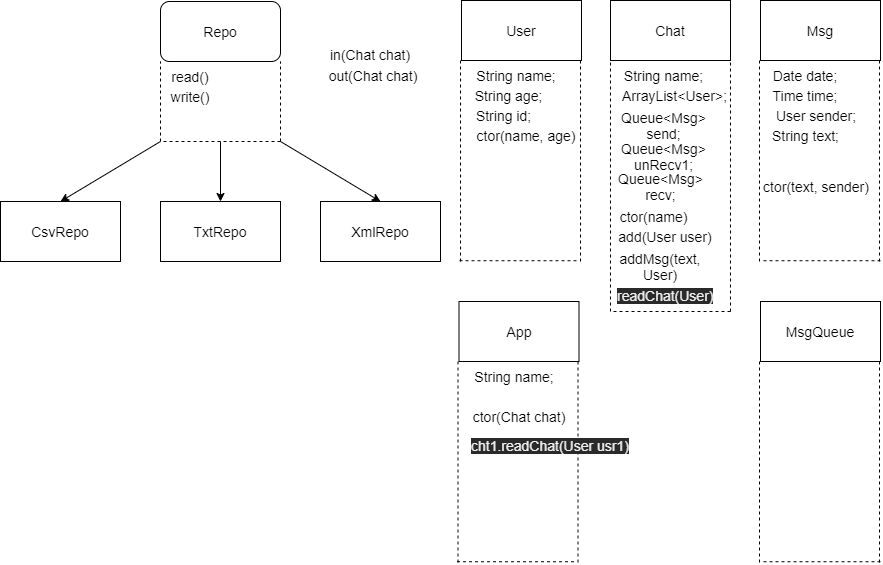
MikhailYuzhakov/OOP keeps this draw.io diagram as Messenger/logic.drawio.png. Above is the earlier version. Source tidied: cells renumbered, new cells last; positions are measured from the earlier drawing's top-left corner, leaving out a move shared by most shapes.
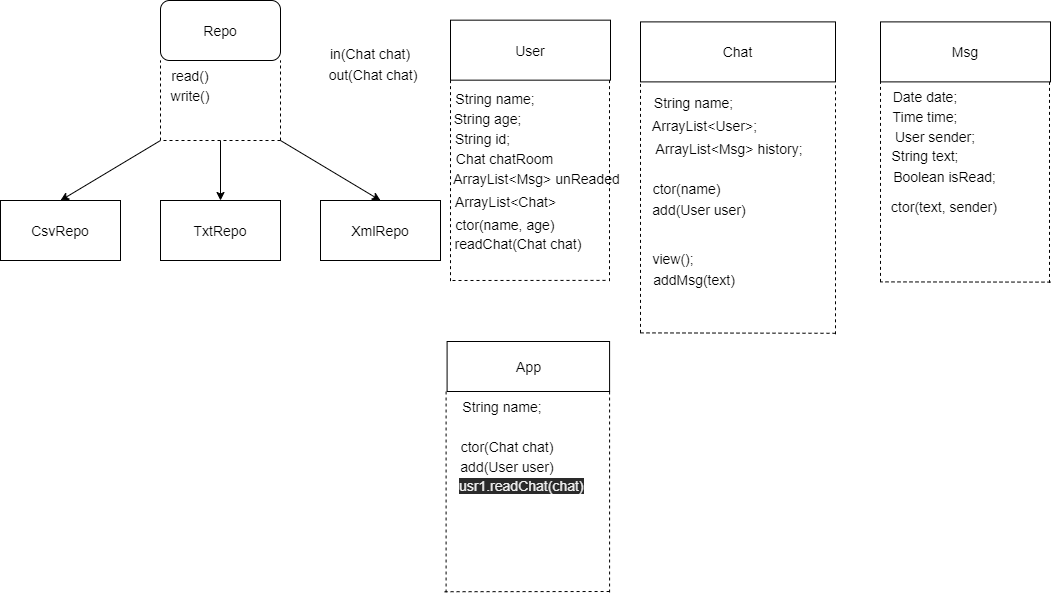
After the change.

Change to the diagram source:
```diff
@@ -3,16 +3,16 @@
     <mxCell id="0" />
     <mxCell id="1" parent="0" />
     <mxCell id="2" value="CsvRepo" style="rounded=0;whiteSpace=wrap;html=1;fontSize=14;" parent="1" vertex="1">
-      <mxGeometry y="201" width="120" height="60" as="geometry" />
+      <mxGeometry x="-200" y="200" width="120" height="60" as="geometry" />
     </mxCell>
     <mxCell id="3" value="TxtRepo" style="rounded=0;whiteSpace=wrap;html=1;fontSize=14;" parent="1" vertex="1">
-      <mxGeometry x="160" y="201" width="120" height="60" as="geometry" />
+      <mxGeometry x="-40" y="200" width="120" height="60" as="geometry" />
     </mxCell>
     <mxCell id="4" value="XmlRepo" style="rounded=0;whiteSpace=wrap;html=1;fontSize=14;" parent="1" vertex="1">
-      <mxGeometry x="320" y="201" width="120" height="60" as="geometry" />
+      <mxGeometry x="120" y="200" width="120" height="60" as="geometry" />
     </mxCell>
     <mxCell id="5" style="group;" parent="1" vertex="1">
-      <mxGeometry x="160" y="1" width="120" height="140" as="geometry" />
+      <mxGeometry x="-40" width="120" height="140" as="geometry" />
     </mxCell>
     <mxCell id="6" value="Repo" style="rounded=1;whiteSpace=wrap;html=1;fontSize=14;" parent="5" vertex="1">
       <mxGeometry width="120" height="60" as="geometry" />
@@ -41,192 +41,183 @@
     </mxCell>
     <mxCell id="12" style="endArrow=classic;html=1;fontSize=14;entryX=0.5;entryY=0;entryDx=0;entryDy=0;" parent="1" edge="1" target="3">
       <mxGeometry relative="1" as="geometry">
-        <mxPoint x="220" y="141" as="sourcePoint" />
+        <mxPoint x="20" y="140" as="sourcePoint" />
       </mxGeometry>
     </mxCell>
     <mxCell id="13" style="endArrow=classic;html=1;fontSize=14;entryX=0.5;entryY=0;entryDx=0;entryDy=0;" parent="1" edge="1" target="2">
       <mxGeometry relative="1" as="geometry">
-        <mxPoint x="160" y="141" as="sourcePoint" />
+        <mxPoint x="-40" y="140" as="sourcePoint" />
       </mxGeometry>
     </mxCell>
     <mxCell id="14" style="endArrow=classic;html=1;fontSize=14;entryX=0.5;entryY=0;entryDx=0;entryDy=0;" parent="1" edge="1" target="4">
       <mxGeometry relative="1" as="geometry">
-        <mxPoint x="280" y="141" as="sourcePoint" />
+        <mxPoint x="80" y="140" as="sourcePoint" />
       </mxGeometry>
     </mxCell>
     <mxCell id="15" value="User" style="rounded=0;whiteSpace=wrap;html=1;fontSize=14;" parent="1" vertex="1">
-      <mxGeometry x="461" width="120" height="60" as="geometry" />
+      <mxGeometry x="250" y="19.7" width="160" height="60" as="geometry" />
     </mxCell>
     <mxCell id="16" style="endArrow=none;dashed=1;html=1;fontSize=14;entryX=0;entryY=1;entryDx=0;entryDy=0;" parent="1" edge="1">
       <mxGeometry relative="1" as="geometry">
-        <mxPoint x="460" y="261" as="sourcePoint" />
-        <mxPoint x="460" y="60" as="targetPoint" />
+        <mxPoint x="250" y="280.7" as="sourcePoint" />
+        <mxPoint x="250" y="79.7" as="targetPoint" />
       </mxGeometry>
     </mxCell>
     <mxCell id="17" style="endArrow=none;dashed=1;html=1;fontSize=14;" parent="1" edge="1">
       <mxGeometry relative="1" as="geometry">
-        <mxPoint x="576" y="260.2" as="sourcePoint" />
-        <mxPoint x="456" y="260.2" as="targetPoint" />
+        <mxPoint x="405" y="279.9" as="sourcePoint" />
+        <mxPoint x="250" y="280" as="targetPoint" />
       </mxGeometry>
     </mxCell>
     <mxCell id="18" style="endArrow=none;dashed=1;html=1;fontSize=14;entryX=1;entryY=1;entryDx=0;entryDy=0;" parent="1" edge="1">
       <mxGeometry relative="1" as="geometry">
-        <mxPoint x="580" y="261" as="sourcePoint" />
-        <mxPoint x="580" y="60" as="targetPoint" />
+        <mxPoint x="409" y="280.7" as="sourcePoint" />
+        <mxPoint x="409" y="79.7" as="targetPoint" />
       </mxGeometry>
     </mxCell>
     <mxCell id="19" value="String name;" style="text;html=1;strokeColor=none;fillColor=none;align=center;verticalAlign=middle;whiteSpace=wrap;rounded=0;fontSize=14;" parent="1" vertex="1">
-      <mxGeometry x="471" y="60" width="90" height="30" as="geometry" />
+      <mxGeometry x="250" y="83.5" width="90" height="30" as="geometry" />
     </mxCell>
     <mxCell id="20" value="String age;" style="text;html=1;strokeColor=none;fillColor=none;align=center;verticalAlign=middle;whiteSpace=wrap;rounded=0;fontSize=14;" parent="1" vertex="1">
-      <mxGeometry x="471" y="80" width="75" height="30" as="geometry" />
+      <mxGeometry x="250" y="103.5" width="75" height="30" as="geometry" />
     </mxCell>
     <mxCell id="21" value="String id;" style="text;html=1;strokeColor=none;fillColor=none;align=center;verticalAlign=middle;whiteSpace=wrap;rounded=0;fontSize=14;" parent="1" vertex="1">
-      <mxGeometry x="471" y="100" width="65" height="30" as="geometry" />
+      <mxGeometry x="250" y="123.5" width="65" height="30" as="geometry" />
     </mxCell>
     <mxCell id="22" value="ctor(name, age)" style="text;html=1;strokeColor=none;fillColor=none;align=center;verticalAlign=middle;whiteSpace=wrap;rounded=0;fontSize=14;" parent="1" vertex="1">
-      <mxGeometry x="471" y="120" width="110" height="30" as="geometry" />
+      <mxGeometry x="250" y="209.2" width="110" height="30" as="geometry" />
     </mxCell>
     <mxCell id="23" value="Chat" style="rounded=0;whiteSpace=wrap;html=1;fontSize=14;" parent="1" vertex="1">
-      <mxGeometry x="610" width="120" height="60" as="geometry" />
+      <mxGeometry x="440" y="21.4" width="195" height="60" as="geometry" />
     </mxCell>
     <mxCell id="24" style="endArrow=none;dashed=1;html=1;fontSize=14;entryX=0;entryY=1;entryDx=0;entryDy=0;" parent="1" edge="1">
       <mxGeometry relative="1" as="geometry">
-        <mxPoint x="610" y="311" as="sourcePoint" />
-        <mxPoint x="610" y="60" as="targetPoint" />
+        <mxPoint x="440" y="332.4" as="sourcePoint" />
+        <mxPoint x="440" y="81.4" as="targetPoint" />
       </mxGeometry>
     </mxCell>
     <mxCell id="25" style="endArrow=none;dashed=1;html=1;fontSize=14;" parent="1" edge="1">
       <mxGeometry relative="1" as="geometry">
-        <mxPoint x="730" y="311" as="sourcePoint" />
-        <mxPoint x="610" y="311" as="targetPoint" />
+        <mxPoint x="635" y="332.8" as="sourcePoint" />
+        <mxPoint x="440" y="332.4" as="targetPoint" />
       </mxGeometry>
     </mxCell>
     <mxCell id="26" style="endArrow=none;dashed=1;html=1;fontSize=14;entryX=1;entryY=1;entryDx=0;entryDy=0;" parent="1" edge="1">
       <mxGeometry relative="1" as="geometry">
-        <mxPoint x="730" y="311" as="sourcePoint" />
-        <mxPoint x="730" y="60" as="targetPoint" />
+        <mxPoint x="635" y="333.8" as="sourcePoint" />
+        <mxPoint x="635" y="82.8" as="targetPoint" />
       </mxGeometry>
     </mxCell>
     <mxCell id="27" value="ctor(name)" style="text;html=1;strokeColor=none;fillColor=none;align=center;verticalAlign=middle;whiteSpace=wrap;rounded=0;fontSize=14;" parent="1" vertex="1">
-      <mxGeometry x="620.5" y="201" width="65" height="30" as="geometry" />
+      <mxGeometry x="454.5" y="181.5" width="65" height="12.4" as="geometry" />
     </mxCell>
     <mxCell id="28" value="String name;" style="text;html=1;strokeColor=none;fillColor=none;align=center;verticalAlign=middle;whiteSpace=wrap;rounded=0;fontSize=14;" parent="1" vertex="1">
-      <mxGeometry x="619" y="60" width="89" height="30" as="geometry" />
+      <mxGeometry x="449" y="92.4" width="89" height="19" as="geometry" />
     </mxCell>
     <mxCell id="29" value="ArrayList&amp;lt;User&amp;gt;;" style="text;html=1;strokeColor=none;fillColor=none;align=center;verticalAlign=middle;whiteSpace=wrap;rounded=0;fontSize=14;" parent="1" vertex="1">
-      <mxGeometry x="630" y="80" width="89" height="30" as="geometry" />
+      <mxGeometry x="460" y="119" width="89" height="12.4" as="geometry" />
     </mxCell>
     <mxCell id="30" value="add(User user)" style="text;html=1;strokeColor=none;fillColor=none;align=center;verticalAlign=middle;whiteSpace=wrap;rounded=0;fontSize=14;" parent="1" vertex="1">
-      <mxGeometry x="615" y="221" width="100" height="30" as="geometry" />
+      <mxGeometry x="449" y="203.1" width="100" height="10.8" as="geometry" />
     </mxCell>
-    <mxCell id="31" value="Queue&amp;lt;Msg&amp;gt; send;" style="text;html=1;strokeColor=none;fillColor=none;align=center;verticalAlign=middle;whiteSpace=wrap;rounded=0;fontSize=14;" parent="1" vertex="1">
-      <mxGeometry x="619" y="110" width="89" height="30" as="geometry" />
-    </mxCell>
     <mxCell id="32" value="Msg" style="rounded=0;whiteSpace=wrap;html=1;fontSize=14;" parent="1" vertex="1">
-      <mxGeometry x="760" width="120" height="60" as="geometry" />
+      <mxGeometry x="680" y="21.4" width="170" height="60" as="geometry" />
     </mxCell>
     <mxCell id="33" style="endArrow=none;dashed=1;html=1;fontSize=14;entryX=0;entryY=1;entryDx=0;entryDy=0;" parent="1" edge="1">
       <mxGeometry relative="1" as="geometry">
-        <mxPoint x="759" y="261" as="sourcePoint" />
-        <mxPoint x="759" y="60" as="targetPoint" />
+        <mxPoint x="680" y="281.4" as="sourcePoint" />
+        <mxPoint x="680" y="80.4" as="targetPoint" />
       </mxGeometry>
     </mxCell>
     <mxCell id="34" style="endArrow=none;dashed=1;html=1;fontSize=14;" parent="1" edge="1">
       <mxGeometry relative="1" as="geometry">
-        <mxPoint x="880" y="260.2" as="sourcePoint" />
-        <mxPoint x="760" y="260.2" as="targetPoint" />
+        <mxPoint x="850" y="281.6" as="sourcePoint" />
+        <mxPoint x="680" y="281.4" as="targetPoint" />
       </mxGeometry>
     </mxCell>
     <mxCell id="35" style="endArrow=none;dashed=1;html=1;fontSize=14;entryX=1;entryY=1;entryDx=0;entryDy=0;" parent="1" edge="1">
       <mxGeometry relative="1" as="geometry">
-        <mxPoint x="879" y="261" as="sourcePoint" />
-        <mxPoint x="879" y="60" as="targetPoint" />
+        <mxPoint x="849" y="282.4" as="sourcePoint" />
+        <mxPoint x="849" y="81.4" as="targetPoint" />
       </mxGeometry>
     </mxCell>
     <mxCell id="36" value="Date date;" style="text;html=1;strokeColor=none;fillColor=none;align=center;verticalAlign=middle;whiteSpace=wrap;rounded=0;fontSize=14;" parent="1" vertex="1">
-      <mxGeometry x="760" y="60" width="90" height="30" as="geometry" />
+      <mxGeometry x="680" y="81.4" width="90" height="30" as="geometry" />
     </mxCell>
     <mxCell id="37" value="Time time;" style="text;html=1;strokeColor=none;fillColor=none;align=center;verticalAlign=middle;whiteSpace=wrap;rounded=0;fontSize=14;" parent="1" vertex="1">
-      <mxGeometry x="760" y="80" width="90" height="30" as="geometry" />
+      <mxGeometry x="690" y="105.4" width="70" height="21.3" as="geometry" />
     </mxCell>
     <mxCell id="38" value="String text;" style="text;html=1;strokeColor=none;fillColor=none;align=center;verticalAlign=middle;whiteSpace=wrap;rounded=0;fontSize=14;" parent="1" vertex="1">
-      <mxGeometry x="761" y="120" width="89" height="30" as="geometry" />
+      <mxGeometry x="690" y="150" width="70" height="10" as="geometry" />
     </mxCell>
     <mxCell id="39" value="App" style="rounded=0;whiteSpace=wrap;html=1;fontSize=14;" parent="1" vertex="1">
-      <mxGeometry x="458.5" y="301" width="120" height="60" as="geometry" />
+      <mxGeometry x="246.6" y="341" width="162.5" height="50" as="geometry" />
     </mxCell>
     <mxCell id="40" style="endArrow=none;dashed=1;html=1;fontSize=14;entryX=0;entryY=1;entryDx=0;entryDy=0;" parent="1" edge="1">
       <mxGeometry relative="1" as="geometry">
-        <mxPoint x="457.5" y="562" as="sourcePoint" />
-        <mxPoint x="457.5" y="361" as="targetPoint" />
+        <mxPoint x="245.6" y="592" as="sourcePoint" />
+        <mxPoint x="245.6" y="391" as="targetPoint" />
       </mxGeometry>
     </mxCell>
     <mxCell id="41" style="endArrow=none;dashed=1;html=1;fontSize=14;" parent="1" edge="1">
       <mxGeometry relative="1" as="geometry">
-        <mxPoint x="573.5" y="561.2" as="sourcePoint" />
-        <mxPoint x="453.5" y="561.2" as="targetPoint" />
+        <mxPoint x="409.1" y="591" as="sourcePoint" />
+        <mxPoint x="241.6" y="591.2" as="targetPoint" />
       </mxGeometry>
     </mxCell>
     <mxCell id="42" style="endArrow=none;dashed=1;html=1;fontSize=14;entryX=1;entryY=1;entryDx=0;entryDy=0;" parent="1" edge="1">
       <mxGeometry relative="1" as="geometry">
-        <mxPoint x="577.5" y="562" as="sourcePoint" />
-        <mxPoint x="577.5" y="361" as="targetPoint" />
+        <mxPoint x="409.1" y="592" as="sourcePoint" />
+        <mxPoint x="409.1" y="391" as="targetPoint" />
       </mxGeometry>
     </mxCell>
     <mxCell id="43" value="String name;" style="text;html=1;strokeColor=none;fillColor=none;align=center;verticalAlign=middle;whiteSpace=wrap;rounded=0;fontSize=14;" parent="1" vertex="1">
-      <mxGeometry x="468.5" y="361" width="90" height="30" as="geometry" />
+      <mxGeometry x="256.6" y="391" width="90" height="30" as="geometry" />
     </mxCell>
     <mxCell id="44" value="ctor(Chat chat)" style="text;html=1;strokeColor=none;fillColor=none;align=center;verticalAlign=middle;whiteSpace=wrap;rounded=0;fontSize=14;" parent="1" vertex="1">
-      <mxGeometry x="463.5" y="401" width="110" height="30" as="geometry" />
+      <mxGeometry x="251.6" y="431" width="110" height="30" as="geometry" />
     </mxCell>
     <mxCell id="45" value="in(Chat chat)" style="text;html=1;strokeColor=none;fillColor=none;align=center;verticalAlign=middle;whiteSpace=wrap;rounded=0;fontSize=14;" parent="1" vertex="1">
-      <mxGeometry x="320" y="39" width="100" height="30" as="geometry" />
+      <mxGeometry x="120" y="38" width="100" height="30" as="geometry" />
     </mxCell>
     <mxCell id="46" value="out(Chat chat)" style="text;html=1;strokeColor=none;fillColor=none;align=center;verticalAlign=middle;whiteSpace=wrap;rounded=0;fontSize=14;" parent="1" vertex="1">
-      <mxGeometry x="322.5" y="60" width="100" height="30" as="geometry" />
+      <mxGeometry x="122.5" y="59" width="100" height="30" as="geometry" />
     </mxCell>
-    <mxCell id="47" value="addMsg(text, User)" style="text;html=1;strokeColor=none;fillColor=none;align=center;verticalAlign=middle;whiteSpace=wrap;rounded=0;fontSize=14;" parent="1" vertex="1">
-      <mxGeometry x="605" y="251" width="110" height="30" as="geometry" />
+    <mxCell id="47" value="addMsg(text)" style="text;html=1;strokeColor=none;fillColor=none;align=center;verticalAlign=middle;whiteSpace=wrap;rounded=0;fontSize=14;" parent="1" vertex="1">
+      <mxGeometry x="431" y="271" width="126" height="15.1" as="geometry" />
     </mxCell>
     <mxCell id="48" value="User sender;" style="text;html=1;strokeColor=none;fillColor=none;align=center;verticalAlign=middle;whiteSpace=wrap;rounded=0;fontSize=14;" parent="1" vertex="1">
-      <mxGeometry x="771" y="100" width="90" height="30" as="geometry" />
+      <mxGeometry x="690" y="130" width="90" height="12.4" as="geometry" />
     </mxCell>
     <mxCell id="49" value="ctor(text, sender)" style="text;html=1;strokeColor=none;fillColor=none;align=center;verticalAlign=middle;whiteSpace=wrap;rounded=0;fontSize=14;" parent="1" vertex="1">
-      <mxGeometry x="761" y="171" width="110" height="30" as="geometry" />
+      <mxGeometry x="689" y="196" width="110" height="20" as="geometry" />
     </mxCell>
-    <mxCell id="50" value="Queue&amp;lt;Msg&amp;gt; unRecv1;" style="text;html=1;strokeColor=none;fillColor=none;align=center;verticalAlign=middle;whiteSpace=wrap;rounded=0;fontSize=14;" parent="1" vertex="1">
-      <mxGeometry x="619" y="141" width="89" height="30" as="geometry" />
-    </mxCell>
-    <mxCell id="51" value="&lt;span style=&quot;color: rgb(240 , 240 , 240) ; font-family: &amp;#34;helvetica&amp;#34; ; font-size: 14px ; font-style: normal ; font-weight: 400 ; letter-spacing: normal ; text-align: center ; text-indent: 0px ; text-transform: none ; word-spacing: 0px ; background-color: rgb(42 , 42 , 42) ; display: inline ; float: none&quot;&gt;readChat(User)&lt;/span&gt;" style="text;whiteSpace=wrap;html=1;fontSize=14;" parent="1" vertex="1">
-      <mxGeometry x="615" y="281" width="120" height="30" as="geometry" />
-    </mxCell>
-    <mxCell id="52" value="&lt;span style=&quot;color: rgb(240 , 240 , 240) ; font-family: &amp;#34;helvetica&amp;#34; ; font-size: 14px ; font-style: normal ; font-weight: 400 ; letter-spacing: normal ; text-align: center ; text-indent: 0px ; text-transform: none ; word-spacing: 0px ; background-color: rgb(42 , 42 , 42) ; display: inline ; float: none&quot;&gt;cht1.readChat(User usr1)&lt;/span&gt;" style="text;whiteSpace=wrap;html=1;fontSize=14;" parent="1" vertex="1">
-      <mxGeometry x="468.5" y="431" width="171.5" height="30" as="geometry" />
+    <mxCell id="52" value="&lt;span style=&quot;color: rgb(240 , 240 , 240) ; font-family: &amp;#34;helvetica&amp;#34; ; font-size: 14px ; font-style: normal ; font-weight: 400 ; letter-spacing: normal ; text-align: center ; text-indent: 0px ; text-transform: none ; word-spacing: 0px ; background-color: rgb(42 , 42 , 42) ; display: inline ; float: none&quot;&gt;usr1.readChat(chat)&lt;/span&gt;" style="text;whiteSpace=wrap;html=1;fontSize=14;" parent="1" vertex="1">
+      <mxGeometry x="256.6" y="471" width="135" height="30" as="geometry" />
     </mxCell>
-    <mxCell id="53" value="Queue&amp;lt;Msg&amp;gt; recv;" style="text;html=1;strokeColor=none;fillColor=none;align=center;verticalAlign=middle;whiteSpace=wrap;rounded=0;fontSize=14;" parent="1" vertex="1">
-      <mxGeometry x="615.5" y="171" width="89" height="30" as="geometry" />
-    </mxCell>
-    <mxCell id="54" value="MsgQueue" style="rounded=0;whiteSpace=wrap;html=1;fontSize=14;" parent="1" vertex="1">
-      <mxGeometry x="760" y="301" width="120" height="60" as="geometry" />
-    </mxCell>
-    <mxCell id="55" style="endArrow=none;dashed=1;html=1;fontSize=14;entryX=0;entryY=1;entryDx=0;entryDy=0;" parent="1" edge="1">
-      <mxGeometry relative="1" as="geometry">
-        <mxPoint x="759" y="562" as="sourcePoint" />
-        <mxPoint x="759" y="361" as="targetPoint" />
-      </mxGeometry>
-    </mxCell>
-    <mxCell id="56" style="endArrow=none;dashed=1;html=1;fontSize=14;" parent="1" edge="1">
-      <mxGeometry relative="1" as="geometry">
-        <mxPoint x="880" y="561.2" as="sourcePoint" />
-        <mxPoint x="760" y="561.2" as="targetPoint" />
-      </mxGeometry>
-    </mxCell>
-    <mxCell id="57" style="endArrow=none;dashed=1;html=1;fontSize=14;entryX=1;entryY=1;entryDx=0;entryDy=0;" parent="1" edge="1">
-      <mxGeometry relative="1" as="geometry">
-        <mxPoint x="879" y="562" as="sourcePoint" />
-        <mxPoint x="879" y="361" as="targetPoint" />
-      </mxGeometry>
-    </mxCell>
+    <mxCell id="58" value="Chat chatRoom" style="text;html=1;strokeColor=none;fillColor=none;align=center;verticalAlign=middle;whiteSpace=wrap;rounded=0;fontSize=14;" parent="1" vertex="1">
+      <mxGeometry x="250" y="149.7" width="109" height="17.5" as="geometry" />
+    </mxCell>
+    <mxCell id="59" value="Boolean isRead;" style="text;html=1;strokeColor=none;fillColor=none;align=center;verticalAlign=middle;whiteSpace=wrap;rounded=0;fontSize=14;" parent="1" vertex="1">
+      <mxGeometry x="690" y="170.5" width="109" height="11" as="geometry" />
+    </mxCell>
+    <mxCell id="60" value="ArrayList&amp;lt;Msg&amp;gt; history;" style="text;html=1;strokeColor=none;fillColor=none;align=center;verticalAlign=middle;whiteSpace=wrap;rounded=0;fontSize=14;" parent="1" vertex="1">
+      <mxGeometry x="449" y="141.7" width="160" height="12.4" as="geometry" />
+    </mxCell>
+    <mxCell id="61" value="readChat(Chat chat)" style="text;html=1;strokeColor=none;fillColor=none;align=center;verticalAlign=middle;whiteSpace=wrap;rounded=0;fontSize=14;" parent="1" vertex="1">
+      <mxGeometry x="250" y="235.7" width="136" height="15.1" as="geometry" />
+    </mxCell>
+    <mxCell id="62" value="ArrayList&amp;lt;Msg&amp;gt; unReaded" style="text;html=1;strokeColor=none;fillColor=none;align=center;verticalAlign=middle;whiteSpace=wrap;rounded=0;fontSize=14;" parent="1" vertex="1">
+      <mxGeometry x="251.6" y="168.8" width="169" height="17.5" as="geometry" />
+    </mxCell>
+    <mxCell id="63" value="ArrayList&amp;lt;Chat&amp;gt;" style="text;html=1;strokeColor=none;fillColor=none;align=center;verticalAlign=middle;whiteSpace=wrap;rounded=0;fontSize=14;" parent="1" vertex="1">
+      <mxGeometry x="251" y="192.2" width="109" height="17.5" as="geometry" />
+    </mxCell>
+    <mxCell id="64" value="add(User user)" style="text;html=1;strokeColor=none;fillColor=none;align=center;verticalAlign=middle;whiteSpace=wrap;rounded=0;fontSize=14;" parent="1" vertex="1">
+      <mxGeometry x="257.1" y="461" width="100" height="10.8" as="geometry" />
+    </mxCell>
+    <mxCell id="65" value="view();" style="text;html=1;strokeColor=none;fillColor=none;align=center;verticalAlign=middle;whiteSpace=wrap;rounded=0;fontSize=14;" parent="1" vertex="1">
+      <mxGeometry x="449" y="250.8" width="48" height="15.1" as="geometry" />
+    </mxCell>
   </root>
 </mxGraphModel>
```
